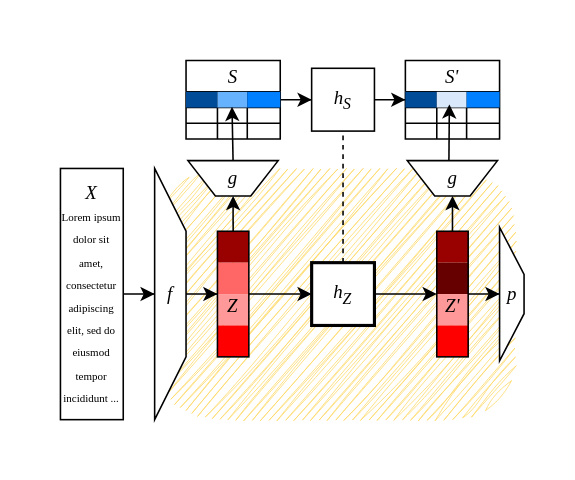
This is page "Page-2" (2 of 3) of img/worlds.drawio from kestelnadomu/latent_intervention, a draw.io file, before an edit. Source tidied: cells renumbered, new cells numbered last; positions are measured from the earlier drawing's top-left corner, leaving out a move shared by most shapes. Both pictures are drawn from the tidied source at 157%, with x=0, y=0 at pixel (44, 60).
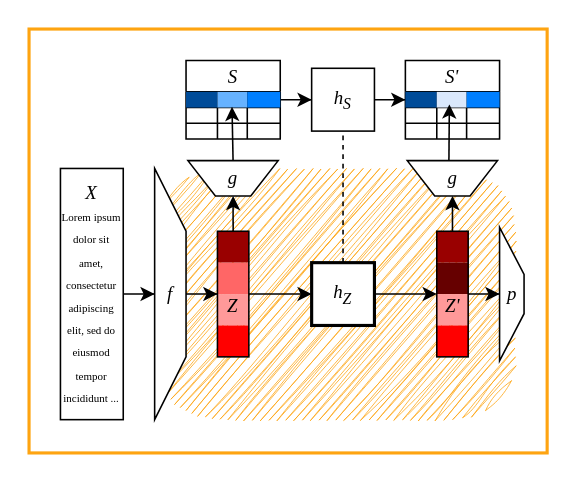
After the change.

Diff of the diagram source:
```diff
@@
+    <mxCell id="60" style="rounded=0;whiteSpace=wrap;html=1;fillColor=none;strokeColor=#FEA411;strokeWidth=2;" parent="1" vertex="1">
+      <mxGeometry x="-10" y="-20" width="330" height="270" as="geometry" />
+    </mxCell>
-    <mxCell id="2" style="rounded=1;whiteSpace=wrap;html=1;fillColor=#FFD966;strokeColor=none;gradientColor=none;gradientDirection=radial;glass=0;shadow=0;arcSize=28;sketch=1;curveFitting=1;jiggle=2;" parent="1" vertex="1">
+    <mxCell id="2" style="rounded=1;whiteSpace=wrap;html=1;fillColor=#FEA411;strokeColor=none;gradientColor=none;gradientDirection=radial;glass=0;shadow=0;arcSize=28;sketch=1;curveFitting=1;jiggle=2;" parent="1" vertex="1">
       <mxGeometry x="70" y="68.8" width="230" height="160" as="geometry" />
     </mxCell>
```
